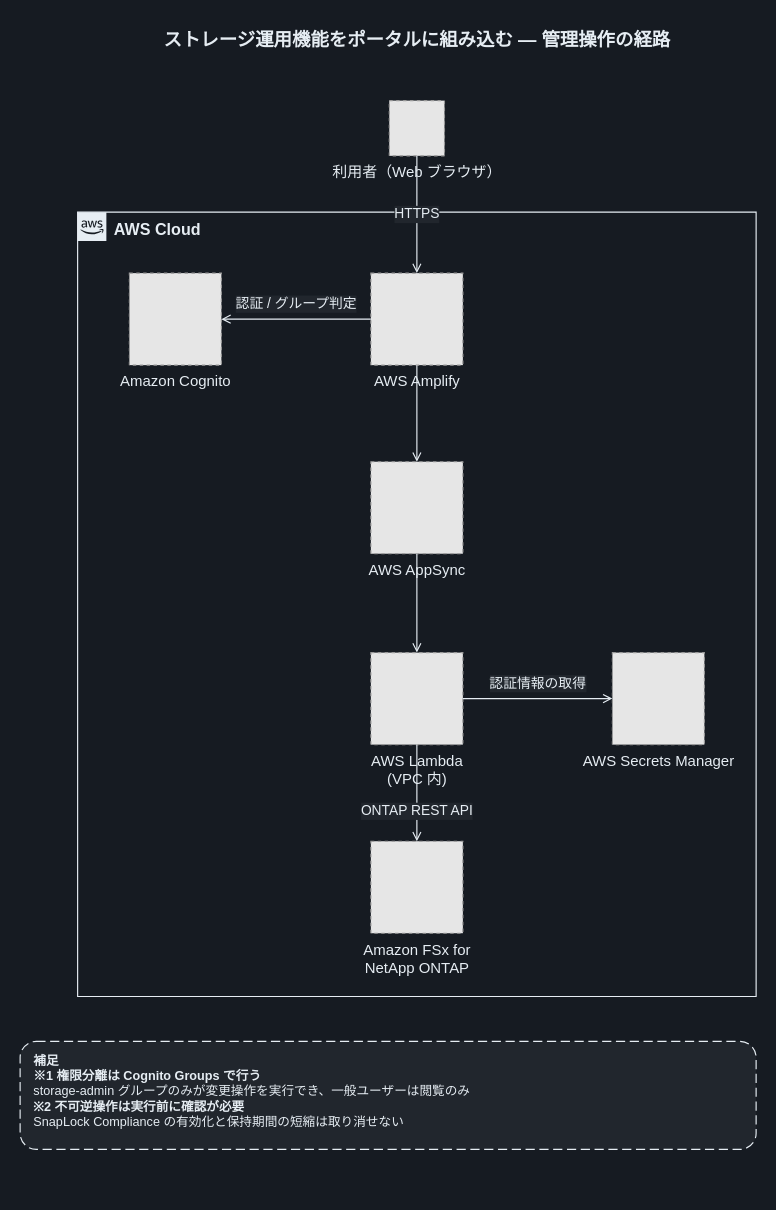
Above: docs/diagrams/dark/part2-admin-operations.drawio in Yoshiki0705/FSx-for-ONTAP-S3AccessPoints-Serverless-Patterns (draw.io), before the change. Source tidied: cells renumbered, new cells numbered last; positions are measured from the earlier drawing's top-left corner, leaving out a move shared by most shapes. Both pictures are drawn from the tidied source at 115%, with x=0, y=0 at pixel (20, 20). Pictures stored in the file or linked from it are replaced by grey dashed boxes.
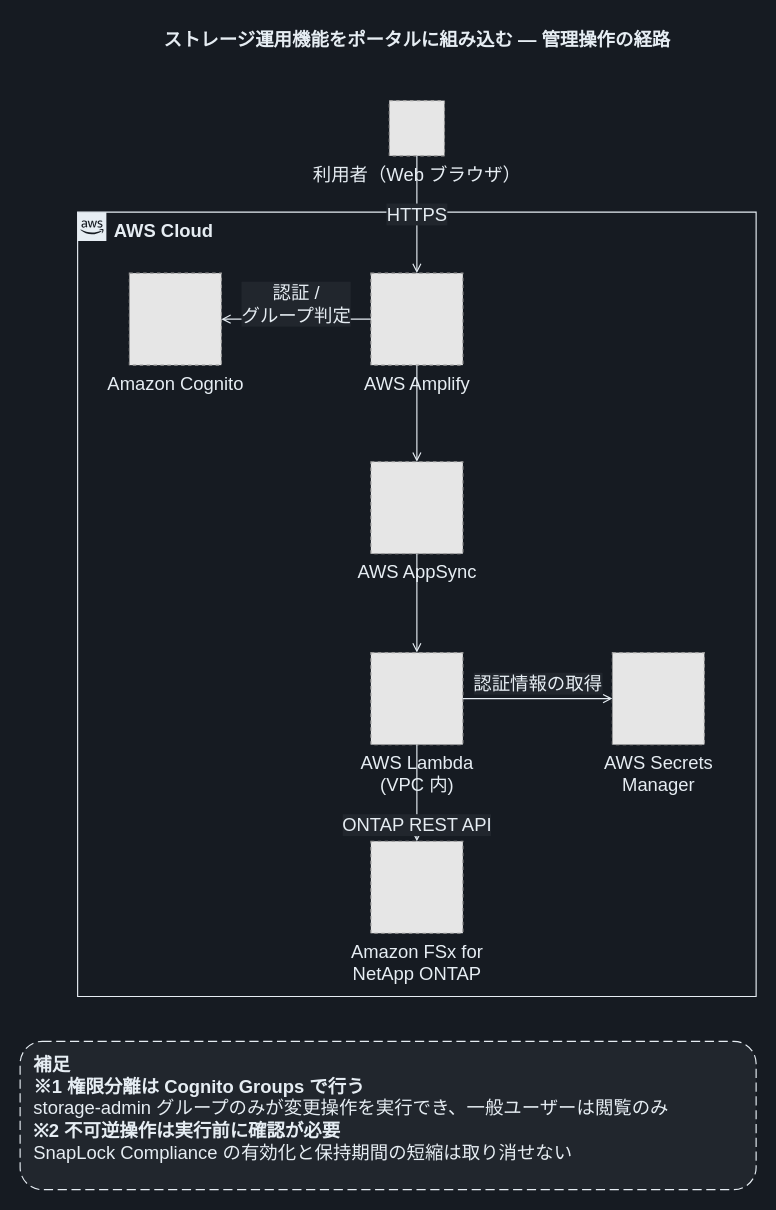
The same diagram, later.

What changed in the source:
```diff
@@
 <mxGraphModel background="#161B22">
   <root>
     <mxCell id="0" />
     <mxCell id="1" parent="0" />
     <mxCell id="2" value="ストレージ運用機能をポータルに組み込む — 管理操作の経路" style="text;html=1;align=center;verticalAlign=middle;fontSize=16;fontStyle=1;fontColor=#E6EDF3;" parent="1" vertex="1">
       <mxGeometry x="50" width="590" height="34" as="geometry" />
     </mxCell>
-    <mxCell id="3" value="AWS Cloud" style="gradientColor=none;html=1;whiteSpace=wrap;fontSize=14;fontStyle=1;shape=mxgraph.aws4.group;grIcon=mxgraph.aws4.group_aws_cloud_alt;strokeColor=#E6EDF3;fillColor=none;verticalAlign=top;align=left;spacingLeft=30;fontColor=#E6EDF3;dashed=0;" parent="1" vertex="1">
+    <mxCell id="3" value="AWS Cloud" style="gradientColor=none;html=1;whiteSpace=wrap;fontSize=16;fontStyle=1;shape=mxgraph.aws4.group;grIcon=mxgraph.aws4.group_aws_cloud_alt;strokeColor=#E6EDF3;fillColor=none;verticalAlign=top;align=left;spacingLeft=30;fontColor=#E6EDF3;dashed=0;" parent="1" vertex="1">
       <mxGeometry x="50" y="167" width="590" height="682" as="geometry" />
     </mxCell>
-    <mxCell id="4" value="利用者（Web ブラウザ）" style="fillColor=#E6E6E6;strokeColor=#999999;dashed=1;html=1;verticalLabelPosition=bottom;verticalAlign=top;labelPosition=center;align=center;fontSize=13;fontColor=#E6EDF3;" parent="1" vertex="1">
+    <mxCell id="4" value="利用者（Web ブラウザ）" style="fillColor=#E6E6E6;strokeColor=#999999;dashed=1;html=1;verticalLabelPosition=bottom;verticalAlign=top;labelPosition=center;align=center;fontSize=16;fontColor=#E6EDF3;" parent="1" vertex="1">
       <mxGeometry x="321" y="70" width="48" height="48" as="geometry" />
     </mxCell>
-    <mxCell id="5" value="Amazon Cognito" style="fillColor=#E6E6E6;strokeColor=#999999;dashed=1;html=1;verticalLabelPosition=bottom;verticalAlign=top;labelPosition=center;align=center;fontSize=13;fontColor=#E6EDF3;" parent="1" vertex="1">
+    <mxCell id="5" value="Amazon Cognito" style="fillColor=#E6E6E6;strokeColor=#999999;dashed=1;html=1;verticalLabelPosition=bottom;verticalAlign=top;labelPosition=center;align=center;fontSize=16;fontColor=#E6EDF3;" parent="1" vertex="1">
       <mxGeometry x="95" y="220" width="80" height="80" as="geometry" />
     </mxCell>
-    <mxCell id="6" value="AWS Amplify" style="fillColor=#E6E6E6;strokeColor=#999999;dashed=1;html=1;verticalLabelPosition=bottom;verticalAlign=top;labelPosition=center;align=center;fontSize=13;fontColor=#E6EDF3;" parent="1" vertex="1">
+    <mxCell id="6" value="AWS Amplify" style="fillColor=#E6E6E6;strokeColor=#999999;dashed=1;html=1;verticalLabelPosition=bottom;verticalAlign=top;labelPosition=center;align=center;fontSize=16;fontColor=#E6EDF3;" parent="1" vertex="1">
       <mxGeometry x="305" y="220" width="80" height="80" as="geometry" />
     </mxCell>
-    <mxCell id="7" value="AWS AppSync" style="fillColor=#E6E6E6;strokeColor=#999999;dashed=1;html=1;verticalLabelPosition=bottom;verticalAlign=top;labelPosition=center;align=center;fontSize=13;fontColor=#E6EDF3;" parent="1" vertex="1">
+    <mxCell id="7" value="AWS AppSync" style="fillColor=#E6E6E6;strokeColor=#999999;dashed=1;html=1;verticalLabelPosition=bottom;verticalAlign=top;labelPosition=center;align=center;fontSize=16;fontColor=#E6EDF3;" parent="1" vertex="1">
       <mxGeometry x="305" y="384" width="80" height="80" as="geometry" />
     </mxCell>
-    <mxCell id="8" value="AWS Lambda&lt;br&gt;(VPC 内)" style="fillColor=#E6E6E6;strokeColor=#999999;dashed=1;html=1;verticalLabelPosition=bottom;verticalAlign=top;labelPosition=center;align=center;fontSize=13;fontColor=#E6EDF3;" parent="1" vertex="1">
+    <mxCell id="8" value="AWS Lambda&lt;br&gt;(VPC 内)" style="fillColor=#E6E6E6;strokeColor=#999999;dashed=1;html=1;verticalLabelPosition=bottom;verticalAlign=top;labelPosition=center;align=center;fontSize=16;fontColor=#E6EDF3;" parent="1" vertex="1">
       <mxGeometry x="305" y="550" width="80" height="80" as="geometry" />
     </mxCell>
-    <mxCell id="9" value="AWS Secrets Manager" style="fillColor=#E6E6E6;strokeColor=#999999;dashed=1;html=1;verticalLabelPosition=bottom;verticalAlign=top;labelPosition=center;align=center;fontSize=13;fontColor=#E6EDF3;" parent="1" vertex="1">
+    <mxCell id="9" value="AWS Secrets&lt;br&gt;Manager" style="fillColor=#E6E6E6;strokeColor=#999999;dashed=1;html=1;verticalLabelPosition=bottom;verticalAlign=top;labelPosition=center;align=center;fontSize=16;fontColor=#E6EDF3;" parent="1" vertex="1">
       <mxGeometry x="515" y="550" width="80" height="80" as="geometry" />
     </mxCell>
-    <mxCell id="10" value="Amazon FSx for&lt;br&gt;NetApp ONTAP" style="fillColor=#E6E6E6;strokeColor=#999999;dashed=1;html=1;verticalLabelPosition=bottom;verticalAlign=top;labelPosition=center;align=center;fontSize=13;fontColor=#E6EDF3;" parent="1" vertex="1">
+    <mxCell id="10" value="Amazon FSx for&lt;br&gt;NetApp ONTAP" style="fillColor=#E6E6E6;strokeColor=#999999;dashed=1;html=1;verticalLabelPosition=bottom;verticalAlign=top;labelPosition=center;align=center;fontSize=16;fontColor=#E6EDF3;" parent="1" vertex="1">
       <mxGeometry x="305" y="714" width="80" height="80" as="geometry" />
     </mxCell>
-    <mxCell id="11" value="HTTPS" style="edgeStyle=orthogonalEdgeStyle;rounded=0;jettySize=auto;html=1;endArrow=open;endFill=0;strokeColor=#E6EDF3;strokeWidth=1;fontSize=12;fontColor=#E6EDF3;labelBackgroundColor=#21262D;" parent="1" edge="1" source="4" target="6">
+    <mxCell id="11" value="HTTPS" style="edgeStyle=orthogonalEdgeStyle;rounded=0;jettySize=auto;html=1;endArrow=open;endFill=0;strokeColor=#E6EDF3;strokeWidth=1;fontSize=16;fontColor=#E6EDF3;labelBackgroundColor=#21262D;" parent="1" edge="1" source="4" target="6">
       <mxGeometry relative="1" as="geometry" />
     </mxCell>
-    <mxCell id="12" value="認証 / グループ判定" style="edgeStyle=orthogonalEdgeStyle;rounded=0;jettySize=auto;html=1;endArrow=open;endFill=0;strokeColor=#E6EDF3;strokeWidth=1;fontSize=12;fontColor=#E6EDF3;labelBackgroundColor=#21262D;" parent="1" edge="1" source="6" target="5">
+    <mxCell id="12" value="認証 /&lt;br&gt;グループ判定" style="edgeStyle=orthogonalEdgeStyle;rounded=0;jettySize=auto;html=1;endArrow=open;endFill=0;strokeColor=#E6EDF3;strokeWidth=1;fontSize=16;fontColor=#E6EDF3;labelBackgroundColor=#21262D;" parent="1" edge="1" source="6" target="5">
       <mxGeometry relative="1" as="geometry">
         <mxPoint y="-13" as="offset" />
       </mxGeometry>
     </mxCell>
-    <mxCell id="13" style="edgeStyle=orthogonalEdgeStyle;rounded=0;jettySize=auto;html=1;endArrow=open;endFill=0;strokeColor=#E6EDF3;strokeWidth=1;fontSize=12;fontColor=#E6EDF3;labelBackgroundColor=#21262D;" parent="1" edge="1" source="6" target="7">
+    <mxCell id="13" style="edgeStyle=orthogonalEdgeStyle;rounded=0;jettySize=auto;html=1;endArrow=open;endFill=0;strokeColor=#E6EDF3;strokeWidth=1;fontSize=16;fontColor=#E6EDF3;labelBackgroundColor=#21262D;" parent="1" edge="1" source="6" target="7">
       <mxGeometry relative="1" as="geometry" />
     </mxCell>
-    <mxCell id="14" style="edgeStyle=orthogonalEdgeStyle;rounded=0;jettySize=auto;html=1;endArrow=open;endFill=0;strokeColor=#E6EDF3;strokeWidth=1;fontSize=12;fontColor=#E6EDF3;labelBackgroundColor=#21262D;" parent="1" edge="1" source="7" target="8">
+    <mxCell id="14" style="edgeStyle=orthogonalEdgeStyle;rounded=0;jettySize=auto;html=1;endArrow=open;endFill=0;strokeColor=#E6EDF3;strokeWidth=1;fontSize=16;fontColor=#E6EDF3;labelBackgroundColor=#21262D;" parent="1" edge="1" source="7" target="8">
       <mxGeometry relative="1" as="geometry" />
     </mxCell>
-    <mxCell id="15" value="認証情報の取得" style="edgeStyle=orthogonalEdgeStyle;rounded=0;jettySize=auto;html=1;endArrow=open;endFill=0;strokeColor=#E6EDF3;strokeWidth=1;fontSize=12;fontColor=#E6EDF3;labelBackgroundColor=#21262D;" parent="1" edge="1" source="8" target="9">
+    <mxCell id="15" value="認証情報の取得" style="edgeStyle=orthogonalEdgeStyle;rounded=0;jettySize=auto;html=1;endArrow=open;endFill=0;strokeColor=#E6EDF3;strokeWidth=1;fontSize=16;fontColor=#E6EDF3;labelBackgroundColor=#21262D;" parent="1" edge="1" source="8" target="9">
       <mxGeometry relative="1" as="geometry">
         <mxPoint y="-13" as="offset" />
       </mxGeometry>
     </mxCell>
-    <mxCell id="16" value="ONTAP REST API" style="edgeStyle=orthogonalEdgeStyle;rounded=0;jettySize=auto;html=1;endArrow=open;endFill=0;strokeColor=#E6EDF3;strokeWidth=1;fontSize=12;fontColor=#E6EDF3;labelBackgroundColor=#21262D;" parent="1" edge="1" source="8" target="10">
+    <mxCell id="16" value="ONTAP REST API" style="edgeStyle=orthogonalEdgeStyle;rounded=0;jettySize=auto;html=1;endArrow=open;endFill=0;strokeColor=#E6EDF3;strokeWidth=1;fontSize=16;fontColor=#E6EDF3;labelBackgroundColor=#21262D;" parent="1" edge="1" source="8" target="10">
       <mxGeometry relative="1" as="geometry">
-        <mxPoint y="16" as="offset" />
+        <mxPoint y="28" as="offset" />
       </mxGeometry>
     </mxCell>
-    <mxCell id="17" value="&lt;b&gt;補足&lt;/b&gt;&lt;br&gt;&lt;b&gt;※1 権限分離は Cognito Groups で行う&lt;/b&gt;&lt;br&gt;storage-admin グループのみが変更操作を実行でき、一般ユーザーは閲覧のみ&lt;br&gt;&lt;b&gt;※2 不可逆操作は実行前に確認が必要&lt;/b&gt;&lt;br&gt;SnapLock Compliance の有効化と保持期間の短縮は取り消せない" style="rounded=1;whiteSpace=wrap;html=1;dashed=1;dashPattern=8 4;strokeColor=#E6EDF3;fillColor=#21262D;align=left;verticalAlign=top;spacingLeft=10;spacingTop=4;fontSize=11;fontColor=#E6EDF3;" parent="1" vertex="1">
-      <mxGeometry y="888" width="640" height="94" as="geometry" />
+    <mxCell id="17" value="&lt;b&gt;補足&lt;/b&gt;&lt;br&gt;&lt;b&gt;※1 権限分離は Cognito Groups で行う&lt;/b&gt;&lt;br&gt;storage-admin グループのみが変更操作を実行でき、一般ユーザーは閲覧のみ&lt;br&gt;&lt;b&gt;※2 不可逆操作は実行前に確認が必要&lt;/b&gt;&lt;br&gt;SnapLock Compliance の有効化と保持期間の短縮は取り消せない" style="rounded=1;whiteSpace=wrap;html=1;dashed=1;dashPattern=8 4;strokeColor=#E6EDF3;fillColor=#21262D;align=left;verticalAlign=top;spacingLeft=10;spacingTop=4;fontSize=16;fontColor=#E6EDF3;" parent="1" vertex="1">
+      <mxGeometry y="888" width="640" height="129" as="geometry" />
     </mxCell>
   </root>
 </mxGraphModel>
```
